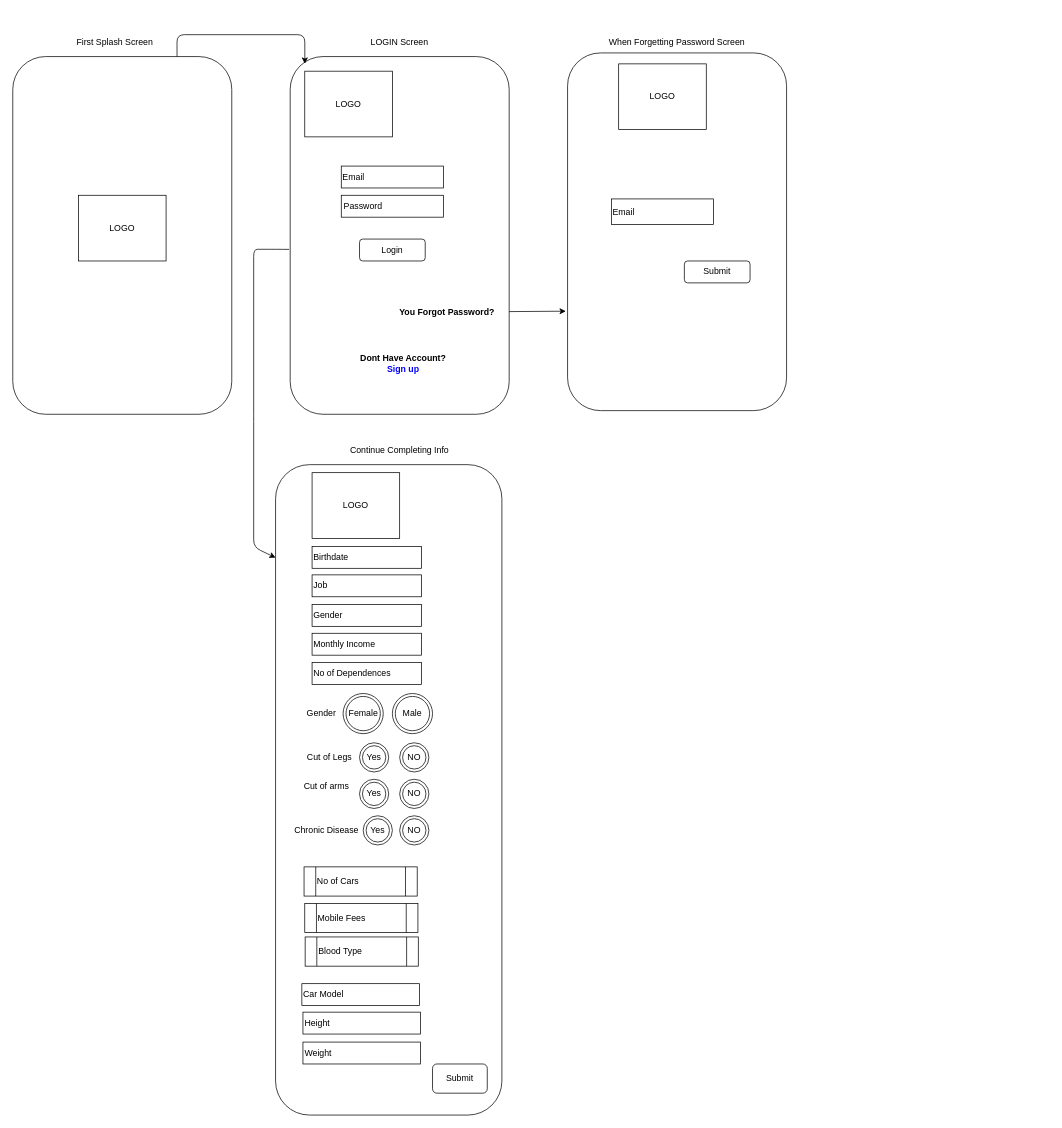
Above: Wireframe for User Path .drawio in abdelrahmanbonna/Healthy_Shield_Analysis (draw.io), before the change. Source tidied: cells renumbered, new cells numbered last; positions are measured from the earlier drawing's top-left corner, leaving out a move shared by most shapes. Both pictures are drawn from the tidied source at 73%, with x=0, y=0 at pixel (12, 27).
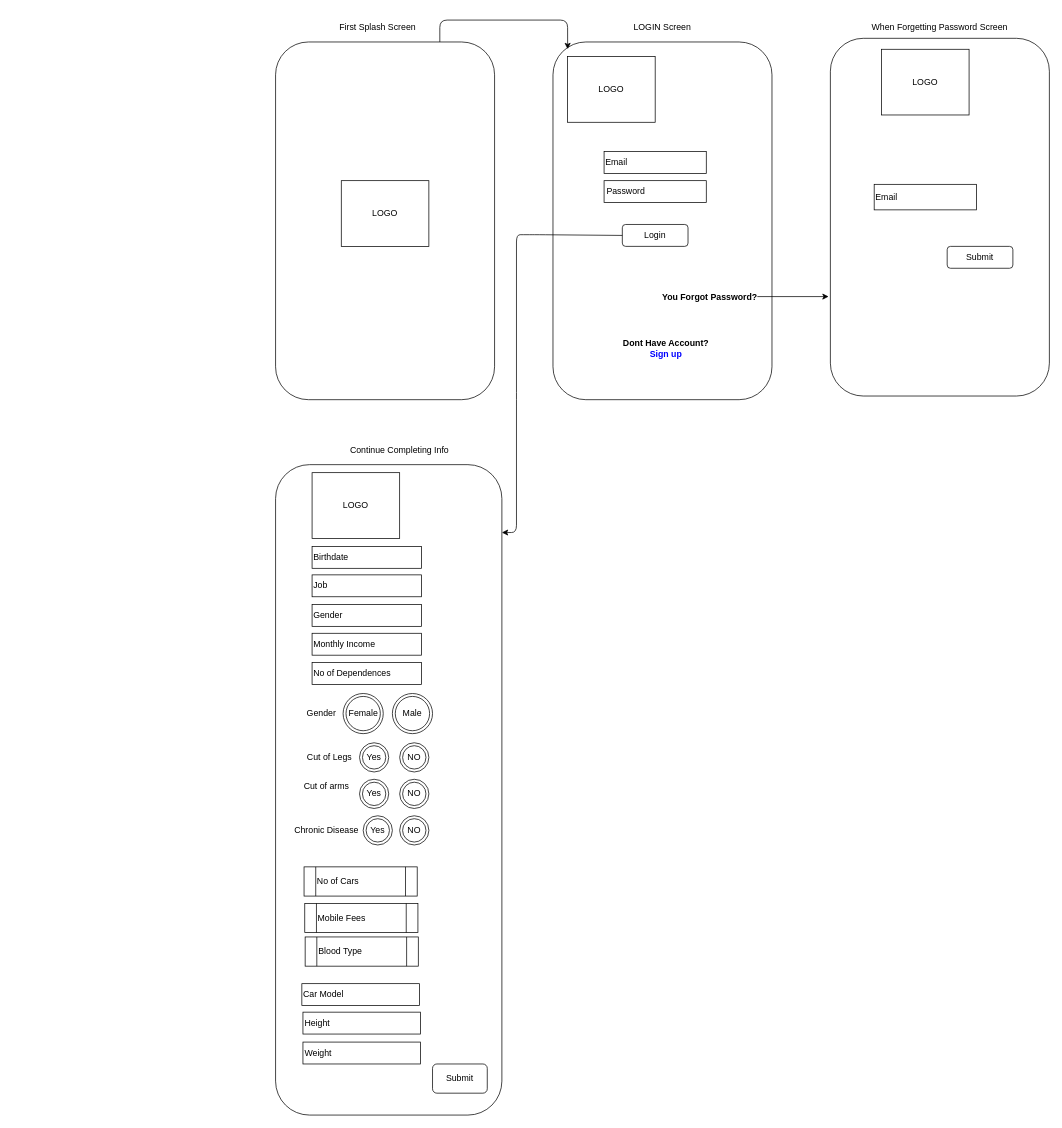
After the change.

The change refers to these unchanged cells:
```xml
<mxCell id="22" style="rounded=1;whiteSpace=wrap;html=1;" parent="1" vertex="1">
  <mxGeometry x="360" y="599" width="310" height="891" as="geometry" />
</mxCell>
```

What changed in the source:
```diff
@@
     <mxCell id="2" style="rounded=1;whiteSpace=wrap;html=1;" parent="1" vertex="1">
-      <mxGeometry y="40" width="300" height="490" as="geometry" />
+      <mxGeometry x="360" y="20" width="300" height="490" as="geometry" />
     </mxCell>
     <mxCell id="3" value="LOGO" style="rounded=0;whiteSpace=wrap;html=1;" parent="1" vertex="1">
-      <mxGeometry x="90" y="230" width="120" height="90" as="geometry" />
+      <mxGeometry x="450" y="210" width="120" height="90" as="geometry" />
     </mxCell>
     <mxCell id="4" value="First Splash Screen&lt;br&gt;" style="text;html=1;strokeColor=none;fillColor=none;align=center;verticalAlign=middle;whiteSpace=wrap;rounded=0;" parent="1" vertex="1">
-      <mxGeometry x="30" y="10" width="220" height="20" as="geometry" />
+      <mxGeometry x="390" y="-10" width="220" height="20" as="geometry" />
     </mxCell>
     <mxCell id="5" style="rounded=1;whiteSpace=wrap;html=1;" parent="1" vertex="1">
-      <mxGeometry x="380" y="40" width="300" height="490" as="geometry" />
+      <mxGeometry x="740" y="20" width="300" height="490" as="geometry" />
     </mxCell>
     <mxCell id="6" value="LOGIN Screen&lt;br&gt;" style="text;html=1;strokeColor=none;fillColor=none;align=center;verticalAlign=middle;whiteSpace=wrap;rounded=0;" parent="1" vertex="1">
-      <mxGeometry x="450" y="5" width="160" height="30" as="geometry" />
+      <mxGeometry x="810" y="-15" width="160" height="30" as="geometry" />
     </mxCell>
     <mxCell id="7" value="Email" style="rounded=0;whiteSpace=wrap;html=1;align=left;" parent="1" vertex="1">
-      <mxGeometry x="450" y="190" width="140" height="30" as="geometry" />
+      <mxGeometry x="810" y="170" width="140" height="30" as="geometry" />
     </mxCell>
     <mxCell id="8" style="rounded=0;whiteSpace=wrap;html=1;" parent="1" vertex="1">
-      <mxGeometry x="450" y="230" width="140" height="30" as="geometry" />
+      <mxGeometry x="810" y="210" width="140" height="30" as="geometry" />
     </mxCell>
     <mxCell id="9" value="Password&lt;br&gt;" style="text;html=1;strokeColor=none;fillColor=none;align=center;verticalAlign=middle;whiteSpace=wrap;rounded=0;" parent="1" vertex="1">
-      <mxGeometry x="460" y="235" width="40" height="20" as="geometry" />
+      <mxGeometry x="820" y="215" width="40" height="20" as="geometry" />
     </mxCell>
     <mxCell id="10" style="endArrow=classic;html=1;exitX=0.75;exitY=0;exitDx=0;exitDy=0;entryX=0.067;entryY=0.02;entryDx=0;entryDy=0;entryPerimeter=0;" parent="1" edge="1" source="2" target="5">
       <mxGeometry relative="1" as="geometry">
         <Array as="points">
-          <mxPoint x="225" y="10" />
-          <mxPoint x="400" y="10" />
+          <mxPoint x="585" y="-10" />
+          <mxPoint x="760" y="-10" />
         </Array>
       </mxGeometry>
     </mxCell>
     <mxCell id="11" value="LOGO" style="rounded=0;whiteSpace=wrap;html=1;" parent="1" vertex="1">
-      <mxGeometry x="400" y="60" width="120" height="90" as="geometry" />
+      <mxGeometry x="760" y="40" width="120" height="90" as="geometry" />
     </mxCell>
     <mxCell id="12" value="You Forgot Password?" style="text;html=1;strokeColor=none;fillColor=none;align=center;verticalAlign=middle;whiteSpace=wrap;rounded=0;fontStyle=1;" parent="1" vertex="1">
-      <mxGeometry x="510" y="380" width="170" height="20" as="geometry" />
+      <mxGeometry x="870" y="360" width="170" height="20" as="geometry" />
     </mxCell>
     <mxCell id="13" value="Dont Have Account?&lt;br&gt;&lt;font color=&quot;#0000ff&quot;&gt;Sign up&lt;/font&gt;" style="text;html=1;strokeColor=none;fillColor=none;align=center;verticalAlign=middle;whiteSpace=wrap;rounded=0;fontStyle=1;" parent="1" vertex="1">
-      <mxGeometry x="450" y="450" width="170" height="20" as="geometry" />
+      <mxGeometry x="810" y="430" width="170" height="20" as="geometry" />
     </mxCell>
     <mxCell id="14" value="Login" style="rounded=1;whiteSpace=wrap;html=1;align=center;" parent="1" vertex="1">
-      <mxGeometry x="475" y="290" width="90" height="30" as="geometry" />
+      <mxGeometry x="835" y="270" width="90" height="30" as="geometry" />
     </mxCell>
@@
     <mxCell id="16" style="rounded=1;whiteSpace=wrap;html=1;" parent="1" vertex="1">
-      <mxGeometry x="760" y="35" width="300" height="490" as="geometry" />
+      <mxGeometry x="1120" y="15" width="300" height="490" as="geometry" />
     </mxCell>
     <mxCell id="17" value="When Forgetting Password Screen" style="text;html=1;strokeColor=none;fillColor=none;align=center;verticalAlign=middle;whiteSpace=wrap;rounded=0;" parent="1" vertex="1">
-      <mxGeometry x="800" width="220" height="40" as="geometry" />
+      <mxGeometry x="1160" y="-20" width="220" height="40" as="geometry" />
     </mxCell>
-    <mxCell id="18" style="endArrow=classic;html=1;entryX=-0.008;entryY=0.722;entryDx=0;entryDy=0;entryPerimeter=0;" parent="1" edge="1" source="12" target="16">
+    <mxCell id="18" style="endArrow=classic;html=1;entryX=-0.008;entryY=0.722;entryDx=0;entryDy=0;entryPerimeter=0;exitX=0.882;exitY=0.439;exitDx=0;exitDy=0;exitPerimeter=0;" parent="1" edge="1" source="12" target="16">
       <mxGeometry relative="1" as="geometry" />
     </mxCell>
     <mxCell id="19" value="Email" style="rounded=0;whiteSpace=wrap;html=1;align=left;" parent="1" vertex="1">
-      <mxGeometry x="820" y="235" width="140" height="35" as="geometry" />
+      <mxGeometry x="1180" y="215" width="140" height="35" as="geometry" />
     </mxCell>
     <mxCell id="20" value="LOGO" style="rounded=0;whiteSpace=wrap;html=1;" parent="1" vertex="1">
-      <mxGeometry x="830" y="50" width="120" height="90" as="geometry" />
+      <mxGeometry x="1190" y="30" width="120" height="90" as="geometry" />
     </mxCell>
     <mxCell id="21" value="Submit" style="rounded=1;whiteSpace=wrap;html=1;align=center;" parent="1" vertex="1">
-      <mxGeometry x="920" y="320" width="90" height="30" as="geometry" />
+      <mxGeometry x="1280" y="300" width="90" height="30" as="geometry" />
     </mxCell>
@@
-    <mxCell id="23" style="endArrow=classic;html=1;exitX=-0.005;exitY=0.539;exitDx=0;exitDy=0;exitPerimeter=0;entryX=0;entryY=0.143;entryDx=0;entryDy=0;entryPerimeter=0;" parent="1" edge="1" source="5" target="22">
+    <mxCell id="23" style="endArrow=classic;html=1;exitX=0;exitY=0.5;exitDx=0;exitDy=0;" parent="1" edge="1" source="14">
       <mxGeometry relative="1" as="geometry">
+        <mxPoint x="670" y="692" as="targetPoint" />
         <Array as="points">
-          <mxPoint x="360" y="304" />
-          <mxPoint x="350" y="304" />
-          <mxPoint x="330" y="304" />
-          <mxPoint x="330" y="530" />
-          <mxPoint x="330" y="712" />
+          <mxPoint x="720" y="284" />
+          <mxPoint x="710" y="284" />
+          <mxPoint x="690" y="284" />
+          <mxPoint x="690" y="510" />
+          <mxPoint x="690" y="692" />
         </Array>
       </mxGeometry>
     </mxCell>
```
